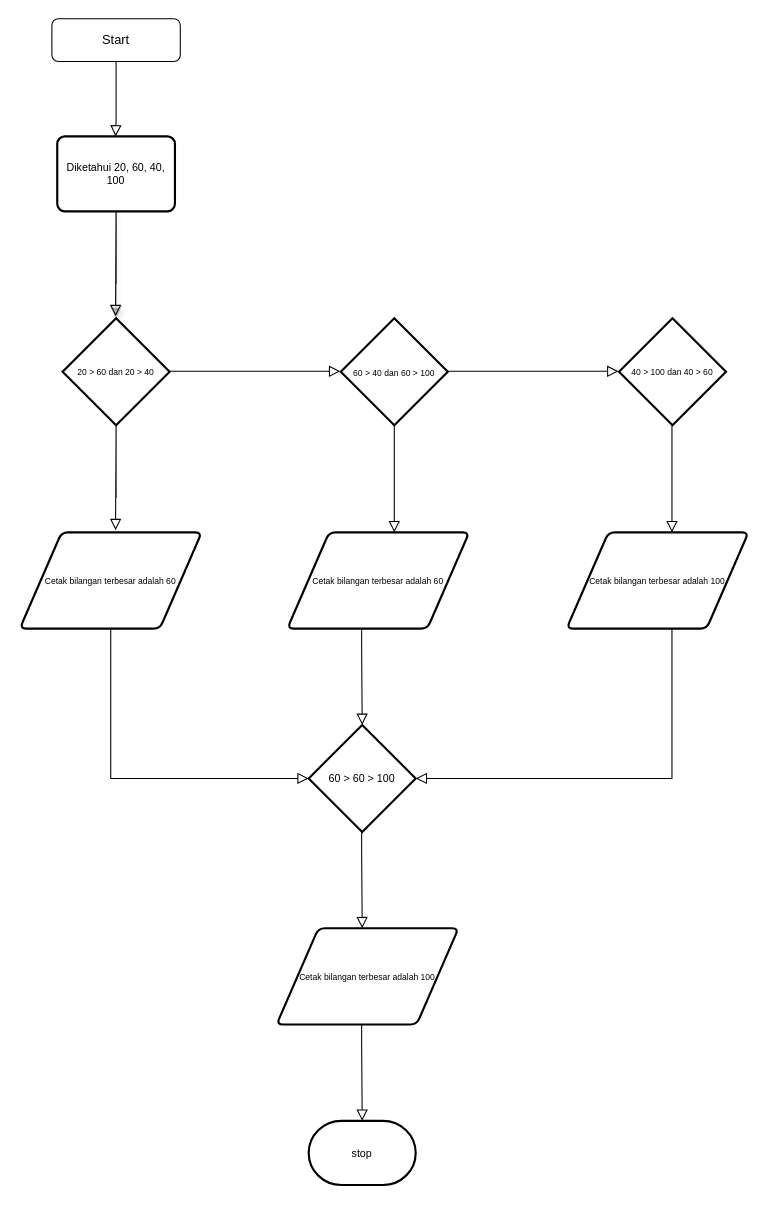
Above: Untitled Diagram.drawio in renaldyhidayatt/BlogS (draw.io), before the change. Source tidied: cells renumbered, new cells numbered last; positions are measured from the earlier drawing's top-left corner, leaving out a move shared by most shapes. Both pictures are drawn from the tidied source at 107%, with x=0, y=0 at pixel (19, 18).
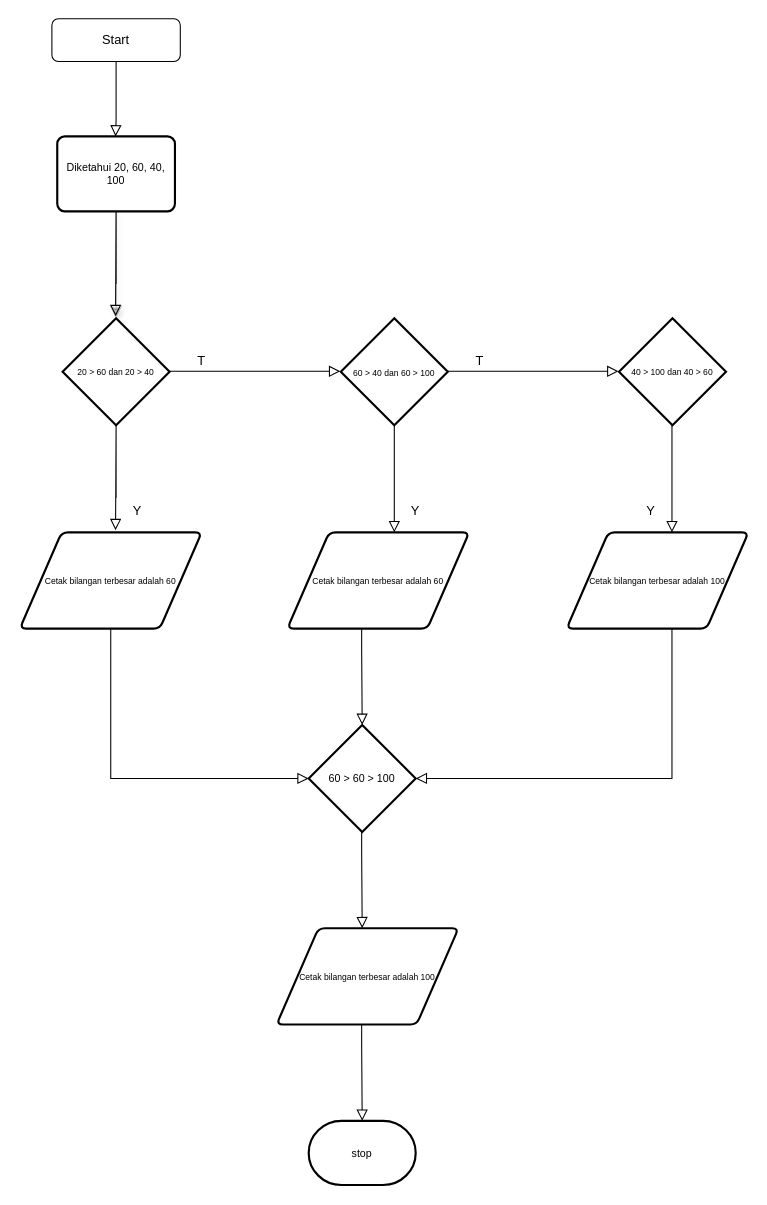
The same page after the edit.

What changed in the source:
```diff
@@
+    <mxCell id="28" value="Y" style="text;html=1;strokeColor=none;fillColor=none;align=center;verticalAlign=middle;whiteSpace=wrap;rounded=0;fontSize=12;fontColor=#000000;" parent="1" vertex="1">
+      <mxGeometry x="570" y="450" width="40" height="20" as="geometry" />
+    </mxCell>
+    <mxCell id="29" value="T" style="text;html=1;strokeColor=none;fillColor=none;align=center;verticalAlign=middle;whiteSpace=wrap;rounded=0;fontSize=12;fontColor=#000000;" parent="1" vertex="1">
+      <mxGeometry x="150" y="310" width="40" height="20" as="geometry" />
+    </mxCell>
+    <mxCell id="30" value="T" style="text;html=1;strokeColor=none;fillColor=none;align=center;verticalAlign=middle;whiteSpace=wrap;rounded=0;fontSize=12;fontColor=#000000;" parent="1" vertex="1">
+      <mxGeometry x="410" y="310" width="40" height="20" as="geometry" />
+    </mxCell>
+    <mxCell id="31" value="Y" style="text;html=1;strokeColor=none;fillColor=none;align=center;verticalAlign=middle;whiteSpace=wrap;rounded=0;fontSize=12;fontColor=#000000;" parent="1" vertex="1">
+      <mxGeometry x="90" y="450" width="40" height="20" as="geometry" />
+    </mxCell>
+    <mxCell id="32" value="Y" style="text;html=1;strokeColor=none;fillColor=none;align=center;verticalAlign=middle;whiteSpace=wrap;rounded=0;fontSize=12;fontColor=#000000;" parent="1" vertex="1">
+      <mxGeometry x="350" y="450" width="40" height="20" as="geometry" />
+    </mxCell>
```
